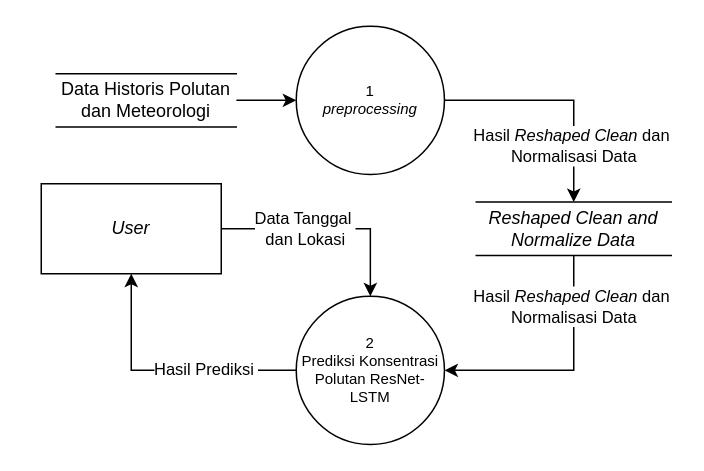
Above: page "Page-3" (3 of 12) of sistem.drawio in lullabymav/skrpsi (draw.io), before the change. Source tidied: cells renumbered, new cells numbered last; positions are measured from the earlier drawing's top-left corner, leaving out a move shared by most shapes. Both pictures are drawn from the tidied source at 150%, with x=0, y=0 at pixel (40, 26).
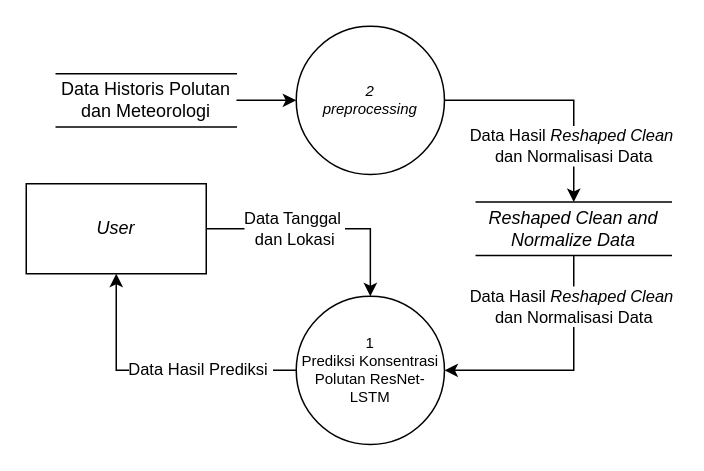
The same diagram, later.

Change to the diagram source:
```diff
@@
 <mxGraphModel>
   <root>
     <mxCell id="0" />
     <mxCell id="1" parent="0" />
     <mxCell id="2" value="Data Tanggal&amp;nbsp;&lt;div&gt;dan Lokasi&lt;/div&gt;" style="edgeStyle=orthogonalEdgeStyle;rounded=0;jettySize=auto;html=1;entryX=0.5;entryY=0;entryDx=0;entryDy=0;exitX=1;exitY=0.5;exitDx=0;exitDy=0;" parent="1" edge="1" source="3" target="5">
       <mxGeometry x="-0.23" relative="1" as="geometry">
         <Array as="points">
           <mxPoint x="219" y="135" />
         </Array>
       </mxGeometry>
     </mxCell>
     <mxCell id="3" value="&lt;i&gt;User&lt;/i&gt;" style="rounded=0;whiteSpace=wrap;html=1;" parent="1" vertex="1">
-      <mxGeometry y="105" width="120" height="60" as="geometry" />
+      <mxGeometry x="-10" y="105" width="120" height="60" as="geometry" />
     </mxCell>
-    <mxCell id="4" value="Hasil Prediksi&amp;nbsp;" style="edgeStyle=orthogonalEdgeStyle;rounded=0;jettySize=auto;html=1;exitX=0;exitY=0.5;exitDx=0;exitDy=0;entryX=0.5;entryY=1;entryDx=0;entryDy=0;" parent="1" edge="1" source="5" target="3">
+    <mxCell id="4" value="Data Hasil Prediksi&amp;nbsp;" style="edgeStyle=orthogonalEdgeStyle;rounded=0;jettySize=auto;html=1;exitX=0;exitY=0.5;exitDx=0;exitDy=0;entryX=0.5;entryY=1;entryDx=0;entryDy=0;" parent="1" edge="1" source="5" target="3">
       <mxGeometry x="-0.31" relative="1" as="geometry" />
     </mxCell>
-    <mxCell id="5" value="&lt;div style=&quot;font-size: 10px;&quot;&gt;2&lt;/div&gt;Prediksi Konsentrasi Polutan ResNet-LSTM" style="ellipse;whiteSpace=wrap;html=1;fontSize=10;" parent="1" vertex="1">
+    <mxCell id="5" value="&lt;div style=&quot;font-size: 10px;&quot;&gt;1&lt;/div&gt;Prediksi Konsentrasi Polutan ResNet-LSTM" style="ellipse;whiteSpace=wrap;html=1;fontSize=10;" parent="1" vertex="1">
       <mxGeometry x="170" y="180" width="98.8" height="98.8" as="geometry" />
     </mxCell>
-    <mxCell id="6" value="Hasil &lt;i&gt;Reshaped&lt;/i&gt; &lt;i&gt;Clean&lt;/i&gt; dan&amp;nbsp;&lt;div&gt;Normalisasi Data&lt;/div&gt;" style="edgeStyle=orthogonalEdgeStyle;rounded=0;jettySize=auto;html=1;exitX=1;exitY=0.5;exitDx=0;exitDy=0;entryX=0.5;entryY=0;entryDx=0;entryDy=0;" parent="1" edge="1" source="7" target="12">
+    <mxCell id="6" value="Data Hasil &lt;i&gt;Reshaped&lt;/i&gt; &lt;i&gt;Clean&lt;/i&gt;&amp;nbsp;&lt;div&gt;dan Normalisasi Data&lt;/div&gt;" style="edgeStyle=orthogonalEdgeStyle;rounded=0;jettySize=auto;html=1;exitX=1;exitY=0.5;exitDx=0;exitDy=0;entryX=0.5;entryY=0;entryDx=0;entryDy=0;" parent="1" edge="1" source="7" target="12">
       <mxGeometry x="0.52" relative="1" as="geometry" />
     </mxCell>
-    <mxCell id="7" value="1&lt;div&gt;&lt;i&gt;preprocessing&lt;/i&gt;&lt;/div&gt;" style="ellipse;whiteSpace=wrap;html=1;fontSize=10;" parent="1" vertex="1">
+    <mxCell id="7" value="&lt;div&gt;&lt;i&gt;2&lt;/i&gt;&lt;/div&gt;&lt;div&gt;&lt;i&gt;preprocessing&lt;/i&gt;&lt;/div&gt;" style="ellipse;whiteSpace=wrap;html=1;fontSize=10;" parent="1" vertex="1">
       <mxGeometry x="170" width="98.8" height="98.8" as="geometry" />
     </mxCell>
     <mxCell id="8" style="edgeStyle=orthogonalEdgeStyle;rounded=0;jettySize=auto;html=1;" parent="1" edge="1" source="9" target="7">
       <mxGeometry relative="1" as="geometry" />
     </mxCell>
     <mxCell id="9" value="Data Historis Polutan dan Meteorologi" style="html=1;dashed=0;whiteSpace=wrap;shape=partialRectangle;right=0;left=0;" parent="1" vertex="1">
       <mxGeometry x="10" y="31.6" width="120" height="35.6" as="geometry" />
     </mxCell>
     <mxCell id="10" style="edgeStyle=orthogonalEdgeStyle;rounded=0;jettySize=auto;html=1;exitX=0.5;exitY=1;exitDx=0;exitDy=0;entryX=1;entryY=0.5;entryDx=0;entryDy=0;" parent="1" edge="1" source="12" target="5">
       <mxGeometry relative="1" as="geometry" />
     </mxCell>
-    <mxCell id="11" value="Hasil&amp;nbsp;&lt;i&gt;Reshaped&lt;/i&gt;&amp;nbsp;&lt;i&gt;Clean&lt;/i&gt;&amp;nbsp;dan&amp;nbsp;&lt;div&gt;Normalisasi Data&lt;/div&gt;" style="edgeLabel;html=1;align=center;verticalAlign=middle;" parent="10" vertex="1">
+    <mxCell id="11" value="Data Hasil&amp;nbsp;&lt;i&gt;Reshaped&lt;/i&gt;&amp;nbsp;&lt;i&gt;Clean&lt;/i&gt;&amp;nbsp;&lt;div&gt;dan Normalisasi Data&lt;/div&gt;" style="edgeLabel;html=1;align=center;verticalAlign=middle;" parent="10" vertex="1">
       <mxGeometry x="-0.58" y="-1" relative="1" as="geometry" />
     </mxCell>
     <mxCell id="12" value="&lt;i&gt;Reshaped Clean and Normalize Data&lt;/i&gt;" style="html=1;dashed=0;whiteSpace=wrap;shape=partialRectangle;right=0;left=0;" parent="1" vertex="1">
       <mxGeometry x="290" y="117.2" width="130" height="35.6" as="geometry" />
     </mxCell>
   </root>
 </mxGraphModel>
```
